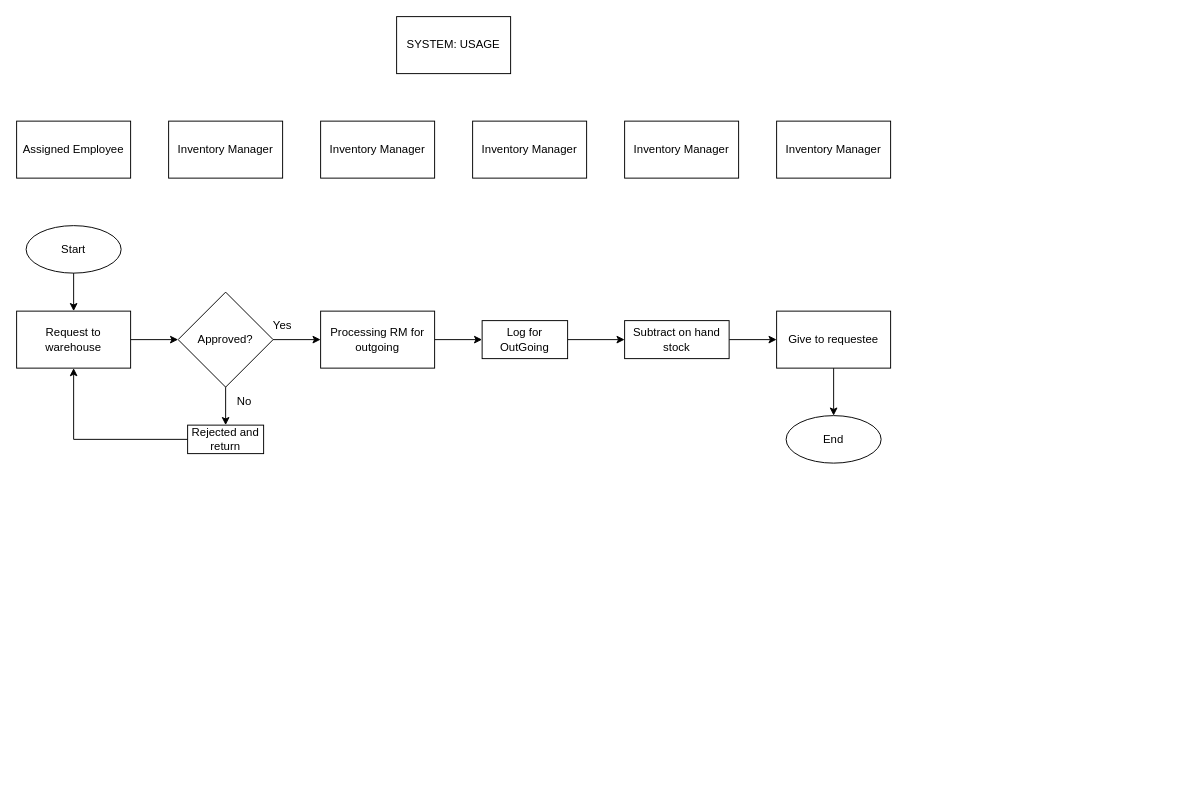
This is page "SYSTEM: USAGE" (2 of 6) of docs/SugarCreationsFC.drawio from AllegoYuanPaolo/SC-Inventory-Project, a draw.io file, before an edit. Source tidied: cells renumbered, new cells numbered last; positions are measured from the earlier drawing's top-left corner, leaving out a move shared by most shapes. Both pictures are drawn from the tidied source at 95%, with x=0, y=0 at pixel (16, 16).
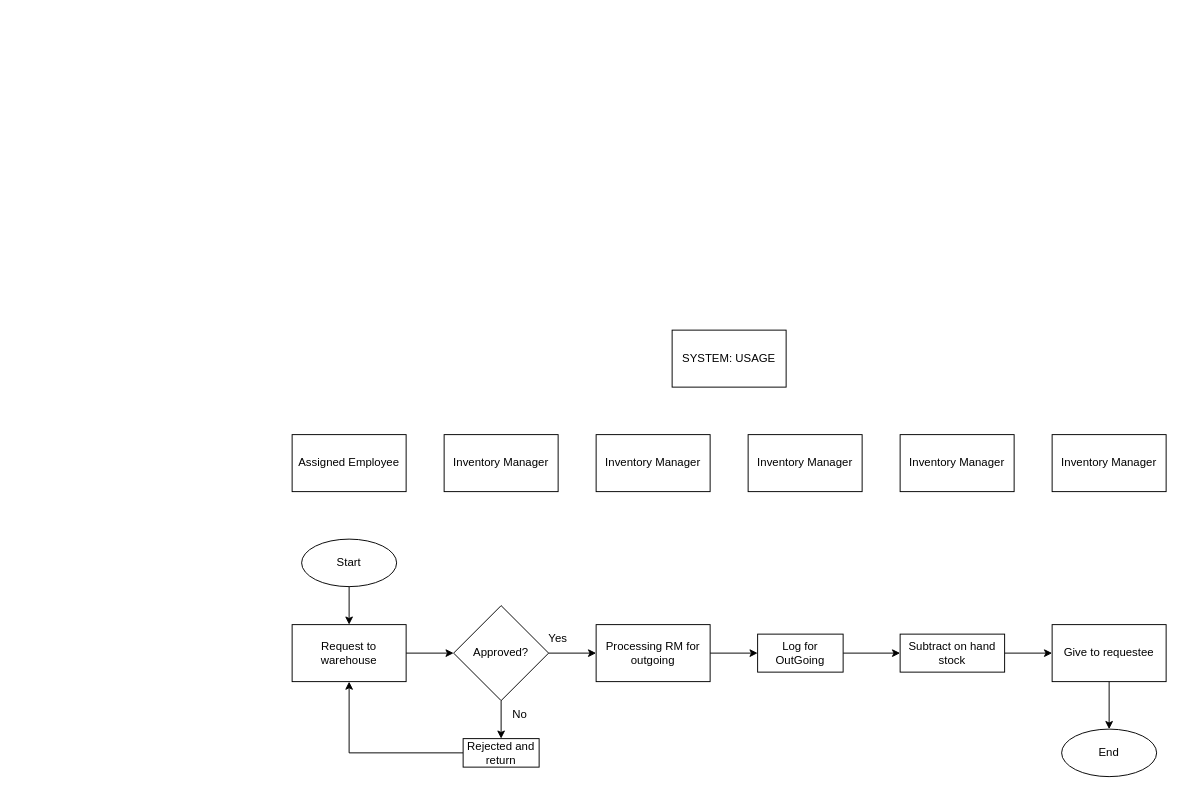
Above is the later version.

Diff of the diagram source:
```diff
@@
+    <mxCell id="29" style="group;" parent="1" vertex="1">
+      <mxGeometry x="290" y="330" width="920" height="470" as="geometry" />
+    </mxCell>
-    <mxCell id="2" style="edgeStyle=orthogonalEdgeStyle;rounded=0;jettySize=auto;html=1;exitX=1;exitY=0.5;exitDx=0;exitDy=0;entryX=0;entryY=0.5;entryDx=0;entryDy=0;" parent="1" edge="1" source="3" target="12">
+    <mxCell id="2" style="edgeStyle=orthogonalEdgeStyle;rounded=0;jettySize=auto;html=1;exitX=1;exitY=0.5;exitDx=0;exitDy=0;entryX=0;entryY=0.5;entryDx=0;entryDy=0;" parent="29" edge="1" source="3" target="12">
       <mxGeometry relative="1" as="geometry" />
     </mxCell>
-    <mxCell id="3" value="Request to warehouse" style="whiteSpace=wrap;html=1;" parent="1" vertex="1">
+    <mxCell id="3" value="Request to warehouse" style="whiteSpace=wrap;html=1;" parent="29" vertex="1">
       <mxGeometry y="310" width="120" height="60" as="geometry" />
     </mxCell>
-    <mxCell id="4" style="edgeStyle=orthogonalEdgeStyle;rounded=0;jettySize=auto;html=1;" parent="1" edge="1" source="5" target="7">
+    <mxCell id="4" style="edgeStyle=orthogonalEdgeStyle;rounded=0;jettySize=auto;html=1;" parent="29" edge="1" source="5" target="7">
       <mxGeometry relative="1" as="geometry" />
     </mxCell>
-    <mxCell id="5" value="Log for OutGoing" style="rounded=0;whiteSpace=wrap;html=1;" parent="1" vertex="1">
+    <mxCell id="5" value="Log for OutGoing" style="rounded=0;whiteSpace=wrap;html=1;" parent="29" vertex="1">
       <mxGeometry x="490" y="320" width="90" height="40" as="geometry" />
     </mxCell>
-    <mxCell id="6" style="edgeStyle=orthogonalEdgeStyle;rounded=0;jettySize=auto;html=1;" parent="1" edge="1" source="7" target="16">
+    <mxCell id="6" style="edgeStyle=orthogonalEdgeStyle;rounded=0;jettySize=auto;html=1;" parent="29" edge="1" source="7" target="16">
       <mxGeometry relative="1" as="geometry" />
     </mxCell>
-    <mxCell id="7" value="Subtract on hand stock" style="rounded=0;whiteSpace=wrap;html=1;" parent="1" vertex="1">
+    <mxCell id="7" value="Subtract on hand stock" style="rounded=0;whiteSpace=wrap;html=1;" parent="29" vertex="1">
       <mxGeometry x="640" y="320" width="110" height="40" as="geometry" />
     </mxCell>
-    <mxCell id="8" style="edgeStyle=orthogonalEdgeStyle;rounded=0;jettySize=auto;html=1;" parent="1" edge="1" source="9" target="5">
+    <mxCell id="8" style="edgeStyle=orthogonalEdgeStyle;rounded=0;jettySize=auto;html=1;" parent="29" edge="1" source="9" target="5">
       <mxGeometry relative="1" as="geometry" />
     </mxCell>
-    <mxCell id="9" value="Processing RM for outgoing" style="rounded=0;whiteSpace=wrap;html=1;" parent="1" vertex="1">
+    <mxCell id="9" value="Processing RM for outgoing" style="rounded=0;whiteSpace=wrap;html=1;" parent="29" vertex="1">
       <mxGeometry x="320" y="310" width="120" height="60" as="geometry" />
     </mxCell>
-    <mxCell id="10" style="edgeStyle=orthogonalEdgeStyle;rounded=0;jettySize=auto;html=1;" parent="1" edge="1" source="12" target="14">
+    <mxCell id="10" style="edgeStyle=orthogonalEdgeStyle;rounded=0;jettySize=auto;html=1;" parent="29" edge="1" source="12" target="14">
       <mxGeometry relative="1" as="geometry" />
     </mxCell>
-    <mxCell id="11" style="edgeStyle=orthogonalEdgeStyle;rounded=0;jettySize=auto;html=1;exitX=1;exitY=0.5;exitDx=0;exitDy=0;entryX=0;entryY=0.5;entryDx=0;entryDy=0;" parent="1" edge="1" source="12" target="9">
+    <mxCell id="11" style="edgeStyle=orthogonalEdgeStyle;rounded=0;jettySize=auto;html=1;exitX=1;exitY=0.5;exitDx=0;exitDy=0;entryX=0;entryY=0.5;entryDx=0;entryDy=0;" parent="29" edge="1" source="12" target="9">
       <mxGeometry relative="1" as="geometry" />
     </mxCell>
-    <mxCell id="12" value="Approved?" style="rhombus;whiteSpace=wrap;html=1;" parent="1" vertex="1">
+    <mxCell id="12" value="Approved?" style="rhombus;whiteSpace=wrap;html=1;" parent="29" vertex="1">
       <mxGeometry x="170" y="290" width="100" height="100" as="geometry" />
     </mxCell>
-    <mxCell id="13" style="edgeStyle=orthogonalEdgeStyle;rounded=0;jettySize=auto;html=1;exitX=0;exitY=0.5;exitDx=0;exitDy=0;entryX=0.5;entryY=1;entryDx=0;entryDy=0;" parent="1" edge="1" source="14" target="3">
+    <mxCell id="13" style="edgeStyle=orthogonalEdgeStyle;rounded=0;jettySize=auto;html=1;exitX=0;exitY=0.5;exitDx=0;exitDy=0;entryX=0.5;entryY=1;entryDx=0;entryDy=0;" parent="29" edge="1" source="14" target="3">
       <mxGeometry relative="1" as="geometry" />
     </mxCell>
-    <mxCell id="14" value="Rejected and return" style="whiteSpace=wrap;html=1;" parent="1" vertex="1">
+    <mxCell id="14" value="Rejected and return" style="whiteSpace=wrap;html=1;" parent="29" vertex="1">
       <mxGeometry x="180" y="430" width="80" height="30" as="geometry" />
     </mxCell>
-    <mxCell id="15" style="edgeStyle=orthogonalEdgeStyle;rounded=0;jettySize=auto;html=1;" parent="1" edge="1" source="16" target="19">
+    <mxCell id="15" style="edgeStyle=orthogonalEdgeStyle;rounded=0;jettySize=auto;html=1;" parent="29" edge="1" source="16" target="19">
       <mxGeometry relative="1" as="geometry" />
     </mxCell>
-    <mxCell id="16" value="Give to requestee" style="rounded=0;whiteSpace=wrap;html=1;" parent="1" vertex="1">
+    <mxCell id="16" value="Give to requestee" style="rounded=0;whiteSpace=wrap;html=1;" parent="29" vertex="1">
       <mxGeometry x="800" y="310" width="120" height="60" as="geometry" />
     </mxCell>
-    <mxCell id="17" style="edgeStyle=orthogonalEdgeStyle;rounded=0;jettySize=auto;html=1;" parent="1" edge="1" source="18" target="3">
+    <mxCell id="17" style="edgeStyle=orthogonalEdgeStyle;rounded=0;jettySize=auto;html=1;" parent="29" edge="1" source="18" target="3">
       <mxGeometry relative="1" as="geometry" />
     </mxCell>
-    <mxCell id="18" value="Start" style="ellipse;whiteSpace=wrap;html=1;" parent="1" vertex="1">
+    <mxCell id="18" value="Start" style="ellipse;whiteSpace=wrap;html=1;" parent="29" vertex="1">
       <mxGeometry x="10" y="220" width="100" height="50" as="geometry" />
     </mxCell>
-    <mxCell id="19" value="End" style="ellipse;whiteSpace=wrap;html=1;" parent="1" vertex="1">
+    <mxCell id="19" value="End" style="ellipse;whiteSpace=wrap;html=1;" parent="29" vertex="1">
       <mxGeometry x="810" y="420" width="100" height="50" as="geometry" />
     </mxCell>
-    <mxCell id="20" value="Assigned Employee" style="rounded=0;whiteSpace=wrap;html=1;" parent="1" vertex="1">
+    <mxCell id="20" value="Assigned Employee" style="rounded=0;whiteSpace=wrap;html=1;" parent="29" vertex="1">
       <mxGeometry y="110" width="120" height="60" as="geometry" />
     </mxCell>
-    <mxCell id="21" value="Inventory Manager" style="rounded=0;whiteSpace=wrap;html=1;" parent="1" vertex="1">
+    <mxCell id="21" value="Inventory Manager" style="rounded=0;whiteSpace=wrap;html=1;" parent="29" vertex="1">
       <mxGeometry x="160" y="110" width="120" height="60" as="geometry" />
     </mxCell>
-    <mxCell id="22" value="Inventory Manager" style="rounded=0;whiteSpace=wrap;html=1;" parent="1" vertex="1">
+    <mxCell id="22" value="Inventory Manager" style="rounded=0;whiteSpace=wrap;html=1;" parent="29" vertex="1">
       <mxGeometry x="320" y="110" width="120" height="60" as="geometry" />
     </mxCell>
-    <mxCell id="23" value="Inventory Manager" style="rounded=0;whiteSpace=wrap;html=1;" parent="1" vertex="1">
+    <mxCell id="23" value="Inventory Manager" style="rounded=0;whiteSpace=wrap;html=1;" parent="29" vertex="1">
       <mxGeometry x="480" y="110" width="120" height="60" as="geometry" />
     </mxCell>
-    <mxCell id="24" value="Inventory Manager" style="rounded=0;whiteSpace=wrap;html=1;" parent="1" vertex="1">
+    <mxCell id="24" value="Inventory Manager" style="rounded=0;whiteSpace=wrap;html=1;" parent="29" vertex="1">
       <mxGeometry x="640" y="110" width="120" height="60" as="geometry" />
     </mxCell>
-    <mxCell id="25" value="Inventory Manager" style="rounded=0;whiteSpace=wrap;html=1;" parent="1" vertex="1">
+    <mxCell id="25" value="Inventory Manager" style="rounded=0;whiteSpace=wrap;html=1;" parent="29" vertex="1">
       <mxGeometry x="800" y="110" width="120" height="60" as="geometry" />
     </mxCell>
-    <mxCell id="26" value="Yes" style="text;html=1;whiteSpace=wrap;strokeColor=none;fillColor=none;align=center;verticalAlign=middle;rounded=0;" parent="1" vertex="1">
+    <mxCell id="26" value="Yes" style="text;html=1;whiteSpace=wrap;strokeColor=none;fillColor=none;align=center;verticalAlign=middle;rounded=0;" parent="29" vertex="1">
       <mxGeometry x="250" y="310" width="60" height="30" as="geometry" />
     </mxCell>
-    <mxCell id="27" value="No" style="text;html=1;whiteSpace=wrap;strokeColor=none;fillColor=none;align=center;verticalAlign=middle;rounded=0;" parent="1" vertex="1">
+    <mxCell id="27" value="No" style="text;html=1;whiteSpace=wrap;strokeColor=none;fillColor=none;align=center;verticalAlign=middle;rounded=0;" parent="29" vertex="1">
       <mxGeometry x="210" y="390" width="60" height="30" as="geometry" />
     </mxCell>
-    <mxCell id="28" value="SYSTEM: USAGE" style="rounded=0;whiteSpace=wrap;html=1;" parent="1" vertex="1">
+    <mxCell id="28" value="SYSTEM: USAGE" style="rounded=0;whiteSpace=wrap;html=1;" parent="29" vertex="1">
       <mxGeometry x="400" width="120" height="60" as="geometry" />
     </mxCell>
```
